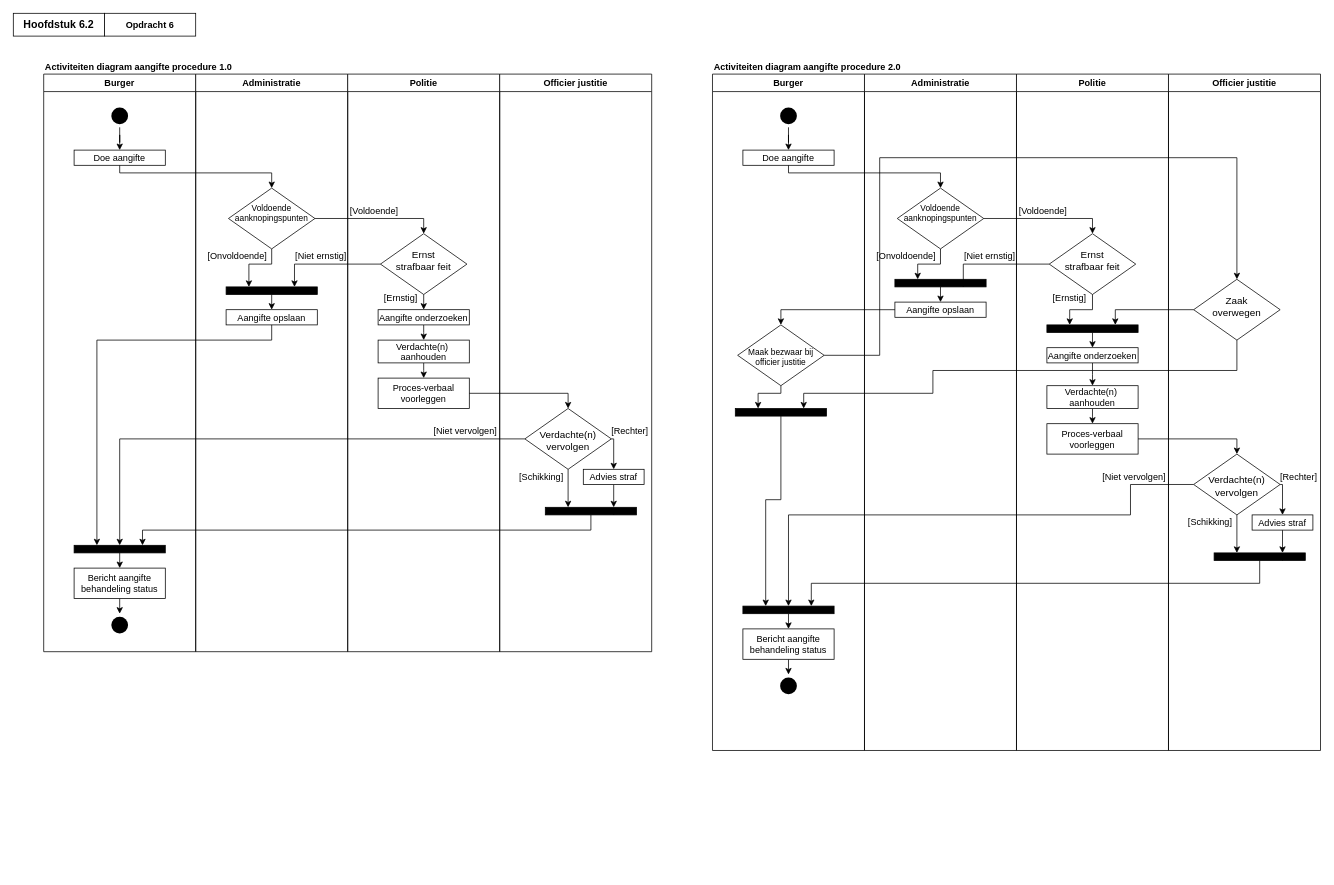
EMB20/Procesanalyse keeps this draw.io diagram as page "Opdracht6" (4 of 4) of ActivityDiagramHealthclinic.drawio. Above is the earlier version. Source tidied: cells renumbered, new cells numbered last; positions are measured from the earlier drawing's top-left corner, leaving out a move shared by most shapes. Both pictures are drawn from the tidied source at 76%, with x=0, y=0 at pixel (13, 13).
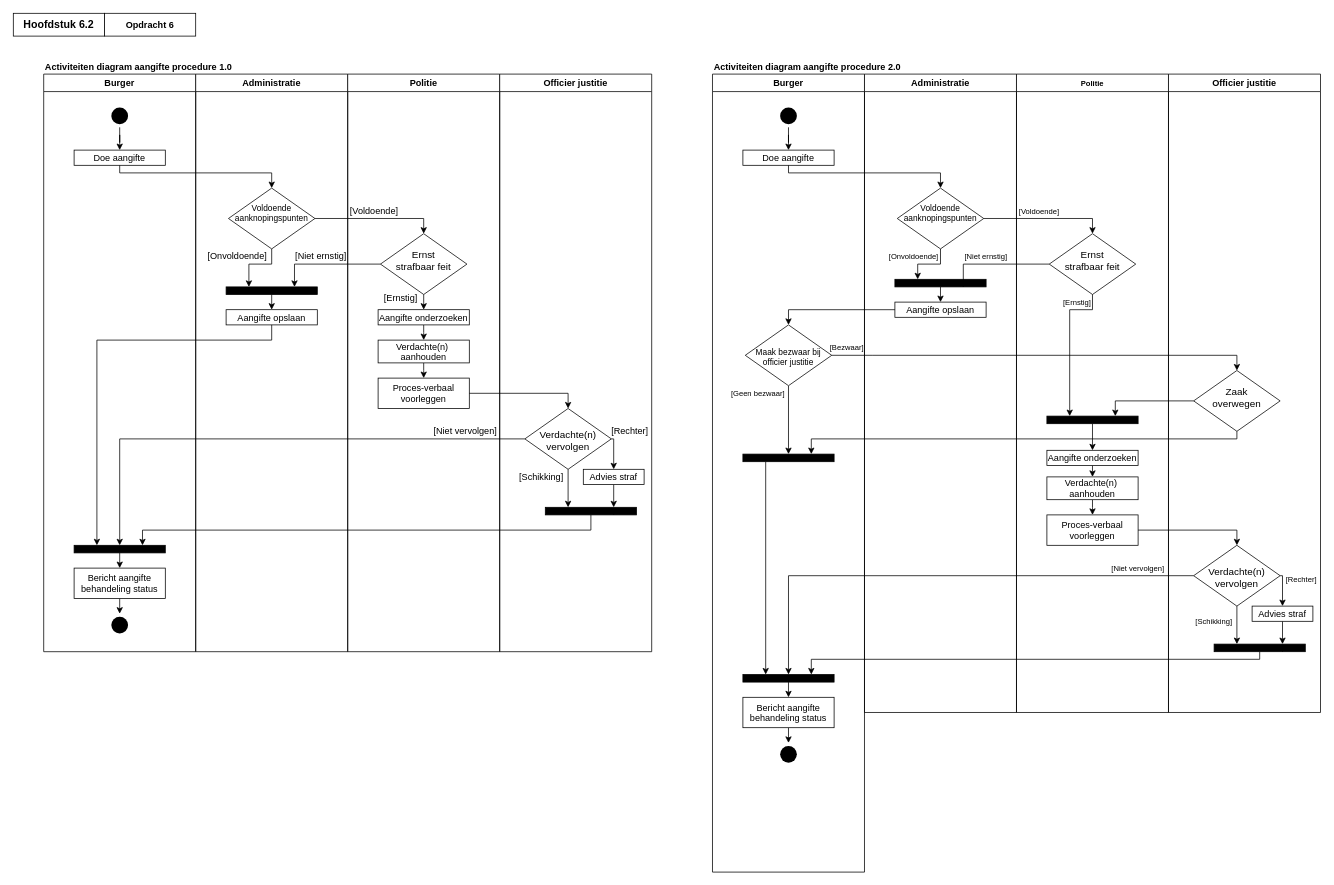
After the change.

The change refers to these unchanged cells:
```xml
<mxCell id="53" value="Doe aangifte" parent="50" vertex="1">
  <mxGeometry x="40" y="100" width="120" height="20" as="geometry" />
</mxCell>
<mxCell id="64" value="Aangifte opslaan" parent="63" vertex="1">
  <mxGeometry x="40" y="300" width="120" height="20" as="geometry" />
</mxCell>
<mxCell id="65" value="Voldoende&#10;aanknopingspunten" style="rhombus;fillColor=default;strokeColor=default;shadow=0;fontSize=11;spacingBottom=14;" parent="63" vertex="1">
  <mxGeometry x="43.1" y="150" width="113.8" height="80" as="geometry" />
</mxCell>
<mxCell id="71" value="Ernst&#10;strafbaar feit" style="rhombus;fillColor=default;strokeColor=default;shadow=0;fontSize=13;spacingBottom=10;" parent="63" vertex="1">
  <mxGeometry x="243.1" y="210" width="113.8" height="80" as="geometry" />
</mxCell>
```

Diff of the diagram source:
```diff
@@
     <mxCell id="50" value="Burger" style="swimlane;whiteSpace=wrap;html=1;" parent="1" vertex="1">
-      <mxGeometry x="920" y="80" width="200" height="890" as="geometry" />
+      <mxGeometry x="920" y="80" width="200" height="1050" as="geometry" />
     </mxCell>
@@
     <mxCell id="55" value="Bericht aangifte&#10;behandeling status" parent="50" vertex="1">
-      <mxGeometry x="40" y="730" width="120" height="40" as="geometry" />
+      <mxGeometry x="40" y="820" width="120" height="40" as="geometry" />
     </mxCell>
@@
     <mxCell id="57" style="rounded=0;whiteSpace=wrap;html=1;fillColor=#000000;" parent="50" vertex="1">
-      <mxGeometry x="40" y="700" width="120" height="10" as="geometry" />
+      <mxGeometry x="40" y="790" width="120" height="10" as="geometry" />
     </mxCell>
     <mxCell id="58" style="ellipse;shape=startState;fillColor=#000000;strokeColor=none;" parent="50" vertex="1">
-      <mxGeometry x="85" y="790" width="30" height="30" as="geometry" />
+      <mxGeometry x="85" y="880" width="30" height="30" as="geometry" />
     </mxCell>
-    <mxCell id="59" style="edgeStyle=none;rounded=0;jettySize=auto;html=1;exitX=0.5;exitY=1;exitDx=0;exitDy=0;entryX=0.25;entryY=0;entryDx=0;entryDy=0;elbow=vertical;" parent="50" edge="1" source="60" target="62">
-      <mxGeometry relative="1" as="geometry">
-        <Array as="points">
-          <mxPoint x="90" y="420" />
-          <mxPoint x="60" y="420" />
-        </Array>
-      </mxGeometry>
+    <mxCell id="59" style="edgeStyle=none;rounded=0;jettySize=auto;html=1;exitX=0.5;exitY=1;exitDx=0;exitDy=0;entryX=0.5;entryY=0;entryDx=0;entryDy=0;elbow=vertical;" parent="50" edge="1" source="60" target="62">
+      <mxGeometry relative="1" as="geometry" />
     </mxCell>
     <mxCell id="60" value="Maak bezwaar bij&#10;officier justitie" style="rhombus;fillColor=default;strokeColor=default;shadow=0;fontSize=11;spacingBottom=0;spacingTop=4;" parent="50" vertex="1">
-      <mxGeometry x="33.1" y="330" width="113.8" height="80" as="geometry" />
+      <mxGeometry x="43.1" y="330" width="113.8" height="80" as="geometry" />
     </mxCell>
-    <mxCell id="61" style="edgeStyle=none;rounded=0;jettySize=auto;html=1;entryX=0.25;entryY=0;entryDx=0;entryDy=0;elbow=vertical;" parent="50" edge="1" source="62" target="57">
-      <mxGeometry relative="1" as="geometry">
-        <Array as="points">
-          <mxPoint x="90" y="560" />
-          <mxPoint x="70" y="560" />
-        </Array>
-      </mxGeometry>
+    <mxCell id="61" style="edgeStyle=none;rounded=0;jettySize=auto;html=1;exitX=0.25;exitY=1;exitDx=0;exitDy=0;entryX=0.25;entryY=0;entryDx=0;entryDy=0;elbow=vertical;" parent="50" edge="1" source="62" target="57">
+      <mxGeometry relative="1" as="geometry" />
     </mxCell>
     <mxCell id="62" style="rounded=0;whiteSpace=wrap;html=1;fillColor=#000000;" parent="50" vertex="1">
-      <mxGeometry x="30" y="440" width="120" height="10" as="geometry" />
+      <mxGeometry x="40" y="500" width="120" height="10" as="geometry" />
     </mxCell>
+    <mxCell id="106" value="[Geen bezwaar]" style="text;html=1;align=center;verticalAlign=middle;whiteSpace=wrap;rounded=0;fontSize=10;" parent="50" vertex="1">
+      <mxGeometry x="20" y="410" width="80" height="20" as="geometry" />
+    </mxCell>
+    <mxCell id="107" value="[Bezwaar]" style="text;html=1;align=center;verticalAlign=middle;whiteSpace=wrap;rounded=0;fontSize=10;" parent="50" vertex="1">
+      <mxGeometry x="156.9" y="350" width="40" height="20" as="geometry" />
+    </mxCell>
     <mxCell id="63" value="Administratie" style="swimlane;whiteSpace=wrap;html=1;" parent="1" vertex="1">
-      <mxGeometry x="1120" y="80" width="200" height="890" as="geometry" />
+      <mxGeometry x="1120" y="80" width="200" height="840" as="geometry" />
     </mxCell>
@@
-    <mxCell id="67" value="[Onvoldoende]" style="text;html=1;align=center;verticalAlign=middle;whiteSpace=wrap;rounded=0;" parent="63" vertex="1">
-      <mxGeometry x="10" y="230" width="90" height="20" as="geometry" />
+    <mxCell id="67" value="[Onvoldoende]" style="text;html=1;align=center;verticalAlign=middle;whiteSpace=wrap;rounded=0;fontSize=10;" parent="63" vertex="1">
+      <mxGeometry x="30" y="230" width="70" height="20" as="geometry" />
     </mxCell>
@@
-    <mxCell id="70" value="[Niet ernstig]" style="text;html=1;align=center;verticalAlign=middle;whiteSpace=wrap;rounded=0;" parent="63" vertex="1">
-      <mxGeometry x="130" y="230" width="70" height="20" as="geometry" />
-    </mxCell>
@@
-    <mxCell id="72" value="[Voldoende]" style="text;html=1;align=center;verticalAlign=middle;whiteSpace=wrap;rounded=0;" parent="63" vertex="1">
-      <mxGeometry x="200" y="170" width="70" height="20" as="geometry" />
-    </mxCell>
@@
+    <mxCell id="70" value="[Niet ernstig]" style="text;html=1;align=center;verticalAlign=middle;whiteSpace=wrap;rounded=0;fontSize=10;" parent="63" vertex="1">
+      <mxGeometry x="130" y="230" width="60" height="20" as="geometry" />
+    </mxCell>
-    <mxCell id="75" value="Politie" style="swimlane;whiteSpace=wrap;html=1;startSize=23;" parent="1" vertex="1">
-      <mxGeometry x="1320" y="80" width="200" height="890" as="geometry" />
+    <mxCell id="75" value="Politie" style="swimlane;whiteSpace=wrap;html=1;startSize=23;fontSize=10;" parent="1" vertex="1">
+      <mxGeometry x="1320" y="80" width="200" height="840" as="geometry" />
     </mxCell>
+    <mxCell id="78" value="[Ernstig]" style="text;html=1;align=center;verticalAlign=middle;whiteSpace=wrap;rounded=0;fontSize=10;" parent="75" vertex="1">
+      <mxGeometry x="60" y="290" width="40" height="20" as="geometry" />
+    </mxCell>
@@
     <mxCell id="77" value="Aangifte onderzoeken" parent="75" vertex="1">
-      <mxGeometry x="40" y="360" width="120" height="20" as="geometry" />
+      <mxGeometry x="40" y="495" width="120" height="20" as="geometry" />
     </mxCell>
-    <mxCell id="78" value="[Ernstig]" style="text;html=1;align=center;verticalAlign=middle;whiteSpace=wrap;rounded=0;" parent="75" vertex="1">
-      <mxGeometry x="40" y="290" width="60" height="10" as="geometry" />
-    </mxCell>
     <mxCell id="79" value="Proces-verbaal&#10;voorleggen" parent="75" vertex="1">
-      <mxGeometry x="40" y="460" width="120" height="40" as="geometry" />
+      <mxGeometry x="40" y="580" width="120" height="40" as="geometry" />
     </mxCell>
@@
     <mxCell id="81" value="Verdachte(n) &#10;aanhouden" parent="75" vertex="1">
-      <mxGeometry x="40" y="410" width="120" height="30" as="geometry" />
+      <mxGeometry x="40" y="530" width="120" height="30" as="geometry" />
     </mxCell>
@@
     <mxCell id="83" style="rounded=0;whiteSpace=wrap;html=1;fillColor=#000000;" parent="75" vertex="1">
-      <mxGeometry x="40" y="330" width="120" height="10" as="geometry" />
+      <mxGeometry x="40" y="450" width="120" height="10" as="geometry" />
     </mxCell>
-    <mxCell id="84" value="&lt;font style=&quot;font-size: 12px;&quot;&gt;Activiteiten diagram aangifte procedure 2.0&lt;/font&gt;" style="text;html=1;align=left;verticalAlign=middle;whiteSpace=wrap;rounded=0;fontStyle=1;fontSize=14;" parent="1" vertex="1">
-      <mxGeometry x="920" y="60" width="300" height="20" as="geometry" />
-    </mxCell>
-    <mxCell id="85" style="edgeStyle=orthogonalEdgeStyle;rounded=0;jettySize=auto;html=1;entryX=0.5;entryY=0;entryDx=0;entryDy=0;" parent="1" edge="1" source="53" target="65">
-      <mxGeometry relative="1" as="geometry">
-        <Array as="points">
-          <mxPoint x="1020" y="210" />
-          <mxPoint x="1220" y="210" />
-        </Array>
-      </mxGeometry>
-    </mxCell>
-    <mxCell id="86" value="Officier justitie" style="swimlane;whiteSpace=wrap;html=1;startSize=23;" parent="1" vertex="1">
-      <mxGeometry x="1520" y="80" width="200" height="890" as="geometry" />
-    </mxCell>
-    <mxCell id="87" value="Zaak&#10;overwegen" style="rhombus;fillColor=default;strokeColor=default;shadow=0;fontSize=13;spacingBottom=10;" parent="86" vertex="1">
-      <mxGeometry x="33.1" y="270" width="113.8" height="80" as="geometry" />
-    </mxCell>
-    <mxCell id="88" value="[Niet&amp;nbsp;&lt;span style=&quot;background-color: initial;&quot;&gt;vervolgen]&lt;/span&gt;" style="text;html=1;align=center;verticalAlign=middle;whiteSpace=wrap;rounded=0;" parent="86" vertex="1">
-      <mxGeometry x="-90" y="520" width="90" height="20" as="geometry" />
+    <mxCell id="88" value="[Niet&amp;nbsp;&lt;span style=&quot;background-color: initial; font-size: 10px;&quot;&gt;vervolgen]&lt;/span&gt;" style="text;html=1;align=center;verticalAlign=middle;whiteSpace=wrap;rounded=0;fontSize=10;" parent="75" vertex="1">
+      <mxGeometry x="120" y="640" width="80" height="20" as="geometry" />
     </mxCell>
-    <mxCell id="89" style="edgeStyle=none;rounded=0;jettySize=auto;html=1;exitX=1;exitY=0.5;exitDx=0;exitDy=0;entryX=0.5;entryY=0;entryDx=0;entryDy=0;elbow=vertical;" parent="86" edge="1" source="90" target="95">
+    <mxCell id="89" style="edgeStyle=none;rounded=0;jettySize=auto;html=1;exitX=1;exitY=0.5;exitDx=0;exitDy=0;entryX=0.5;entryY=0;entryDx=0;entryDy=0;elbow=vertical;" parent="75" edge="1" source="90" target="95">
       <mxGeometry relative="1" as="geometry">
         <Array as="points">
-          <mxPoint x="150" y="540" />
+          <mxPoint x="350" y="660" />
         </Array>
       </mxGeometry>
     </mxCell>
-    <mxCell id="90" value="Verdachte(n)&#10;vervolgen" style="rhombus;fillColor=default;strokeColor=default;shadow=0;fontSize=13;spacingBottom=0;spacingTop=3;" parent="86" vertex="1">
-      <mxGeometry x="33.1" y="500" width="113.8" height="80" as="geometry" />
+    <mxCell id="90" value="Verdachte(n)&#10;vervolgen" style="rhombus;fillColor=default;strokeColor=default;shadow=0;fontSize=13;spacingBottom=0;spacingTop=3;" parent="75" vertex="1">
+      <mxGeometry x="233.1" y="620" width="113.8" height="80" as="geometry" />
     </mxCell>
-    <mxCell id="91" value="[Schikking&lt;span style=&quot;background-color: initial;&quot;&gt;]&lt;/span&gt;" style="text;html=1;align=center;verticalAlign=middle;whiteSpace=wrap;rounded=0;" parent="86" vertex="1">
-      <mxGeometry x="20" y="580" width="70" height="20" as="geometry" />
-    </mxCell>
-    <mxCell id="92" value="[Rechter&lt;span style=&quot;background-color: initial;&quot;&gt;]&lt;/span&gt;" style="text;html=1;align=center;verticalAlign=middle;whiteSpace=wrap;rounded=0;" parent="86" vertex="1">
-      <mxGeometry x="143" y="520" width="57" height="20" as="geometry" />
-    </mxCell>
-    <mxCell id="93" style="edgeStyle=none;rounded=0;jettySize=auto;html=1;exitX=0.5;exitY=1;exitDx=0;exitDy=0;elbow=vertical;entryX=0.25;entryY=0;entryDx=0;entryDy=0;" parent="86" edge="1" source="90" target="96">
+    <mxCell id="93" style="edgeStyle=none;rounded=0;jettySize=auto;html=1;exitX=0.5;exitY=1;exitDx=0;exitDy=0;elbow=vertical;entryX=0.25;entryY=0;entryDx=0;entryDy=0;" parent="75" edge="1" source="90" target="96">
       <mxGeometry relative="1" as="geometry" />
     </mxCell>
-    <mxCell id="94" style="edgeStyle=none;rounded=0;jettySize=auto;html=1;entryX=0.75;entryY=0;entryDx=0;entryDy=0;elbow=vertical;" parent="86" edge="1" source="95" target="96">
+    <mxCell id="94" style="edgeStyle=none;rounded=0;jettySize=auto;html=1;entryX=0.75;entryY=0;entryDx=0;entryDy=0;elbow=vertical;" parent="75" edge="1" source="95" target="96">
       <mxGeometry relative="1" as="geometry" />
     </mxCell>
-    <mxCell id="95" value="Advies straf" parent="86" vertex="1">
-      <mxGeometry x="110" y="580" width="80" height="20" as="geometry" />
+    <mxCell id="95" value="Advies straf" parent="75" vertex="1">
+      <mxGeometry x="310" y="700" width="80" height="20" as="geometry" />
     </mxCell>
-    <mxCell id="96" style="rounded=0;whiteSpace=wrap;html=1;fillColor=#000000;" parent="86" vertex="1">
-      <mxGeometry x="60" y="630" width="120" height="10" as="geometry" />
+    <mxCell id="96" style="rounded=0;whiteSpace=wrap;html=1;fillColor=#000000;" parent="75" vertex="1">
+      <mxGeometry x="260" y="750" width="120" height="10" as="geometry" />
     </mxCell>
-    <mxCell id="97" style="edgeStyle=none;rounded=0;orthogonalLoop=1;jettySize=auto;html=1;exitX=0.75;exitY=1;exitDx=0;exitDy=0;entryX=0.75;entryY=0;entryDx=0;entryDy=0;elbow=vertical;" parent="86" edge="1" source="96" target="96">
+    <mxCell id="97" style="edgeStyle=none;rounded=0;orthogonalLoop=1;jettySize=auto;html=1;exitX=0.75;exitY=1;exitDx=0;exitDy=0;entryX=0.75;entryY=0;entryDx=0;entryDy=0;elbow=vertical;" parent="75" edge="1" source="96" target="96">
       <mxGeometry relative="1" as="geometry" />
     </mxCell>
-    <mxCell id="98" style="edgeStyle=elbowEdgeStyle;rounded=0;jettySize=auto;elbow=vertical;html=1;entryX=0.5;entryY=0;entryDx=0;entryDy=0;" parent="86" edge="1" target="90">
+    <mxCell id="98" style="edgeStyle=elbowEdgeStyle;rounded=0;jettySize=auto;elbow=vertical;html=1;entryX=0.5;entryY=0;entryDx=0;entryDy=0;" parent="75" edge="1" target="90">
       <mxGeometry relative="1" as="geometry">
-        <mxPoint x="-40" y="480" as="sourcePoint" />
+        <mxPoint x="160" y="600" as="sourcePoint" />
         <Array as="points">
-          <mxPoint y="480" />
+          <mxPoint x="200" y="600" />
         </Array>
       </mxGeometry>
     </mxCell>
-    <mxCell id="99" style="edgeStyle=none;rounded=0;jettySize=auto;html=1;exitX=0;exitY=0.5;exitDx=0;exitDy=0;entryX=0.5;entryY=0;entryDx=0;entryDy=0;elbow=vertical;" parent="1" edge="1" source="90" target="57">
-      <mxGeometry relative="1" as="geometry">
-        <Array as="points">
-          <mxPoint x="1470" y="620" />
-          <mxPoint x="1470" y="660" />
-          <mxPoint x="1020" y="660" />
-        </Array>
-      </mxGeometry>
-    </mxCell>
+    <mxCell id="72" value="[Voldoende]" style="text;html=1;align=center;verticalAlign=middle;whiteSpace=wrap;rounded=0;fontSize=10;" parent="75" vertex="1">
+      <mxGeometry y="170" width="60" height="20" as="geometry" />
+    </mxCell>
+    <mxCell id="84" value="&lt;font style=&quot;font-size: 12px;&quot;&gt;Activiteiten diagram aangifte procedure 2.0&lt;/font&gt;" style="text;html=1;align=left;verticalAlign=middle;whiteSpace=wrap;rounded=0;fontStyle=1;fontSize=14;" parent="1" vertex="1">
+      <mxGeometry x="920" y="60" width="300" height="20" as="geometry" />
+    </mxCell>
+    <mxCell id="85" style="edgeStyle=orthogonalEdgeStyle;rounded=0;jettySize=auto;html=1;entryX=0.5;entryY=0;entryDx=0;entryDy=0;" parent="1" edge="1" source="53" target="65">
+      <mxGeometry relative="1" as="geometry">
+        <Array as="points">
+          <mxPoint x="1020" y="210" />
+          <mxPoint x="1220" y="210" />
+        </Array>
+      </mxGeometry>
+    </mxCell>
+    <mxCell id="86" value="Officier justitie" style="swimlane;whiteSpace=wrap;html=1;startSize=23;" parent="1" vertex="1">
+      <mxGeometry x="1520" y="80" width="200" height="840" as="geometry" />
+    </mxCell>
+    <mxCell id="87" value="Zaak&#10;overwegen" style="rhombus;fillColor=default;strokeColor=default;shadow=0;fontSize=13;spacingBottom=10;" parent="86" vertex="1">
+      <mxGeometry x="33.1" y="390" width="113.8" height="80" as="geometry" />
+    </mxCell>
+    <mxCell id="91" value="[Schikking&lt;span style=&quot;background-color: initial; font-size: 10px;&quot;&gt;]&lt;/span&gt;" style="text;html=1;align=center;verticalAlign=middle;whiteSpace=wrap;rounded=0;fontSize=10;" parent="86" vertex="1">
+      <mxGeometry x="30" y="710" width="60" height="20" as="geometry" />
+    </mxCell>
+    <mxCell id="92" value="[Rechter&lt;span style=&quot;background-color: initial; font-size: 10px;&quot;&gt;]&lt;/span&gt;" style="text;html=1;align=center;verticalAlign=middle;whiteSpace=wrap;rounded=0;fontSize=10;" parent="86" vertex="1">
+      <mxGeometry x="150" y="660" width="50" height="10" as="geometry" />
+    </mxCell>
     <mxCell id="100" style="edgeStyle=none;rounded=0;jettySize=auto;html=1;exitX=0.5;exitY=1;exitDx=0;exitDy=0;entryX=0.75;entryY=0;entryDx=0;entryDy=0;elbow=vertical;" parent="1" edge="1" source="96" target="57">
       <mxGeometry relative="1" as="geometry">
         <Array as="points">
-          <mxPoint x="1640" y="750" />
-          <mxPoint x="1050" y="750" />
+          <mxPoint x="1640" y="850" />
+          <mxPoint x="1050" y="850" />
         </Array>
       </mxGeometry>
     </mxCell>
-    <mxCell id="101" style="edgeStyle=none;rounded=0;jettySize=auto;html=1;exitX=0;exitY=0.5;exitDx=0;exitDy=0;entryX=0.75;entryY=0;entryDx=0;entryDy=0;elbow=vertical;" parent="1" edge="1" source="87" target="83">
-      <mxGeometry relative="1" as="geometry">
-        <Array as="points">
-          <mxPoint x="1450" y="390" />
-        </Array>
-      </mxGeometry>
-    </mxCell>
-    <mxCell id="102" style="edgeStyle=none;rounded=0;jettySize=auto;html=1;exitX=0.5;exitY=1;exitDx=0;exitDy=0;entryX=0.25;entryY=0;entryDx=0;entryDy=0;elbow=vertical;" parent="1" edge="1" source="71" target="83">
-      <mxGeometry relative="1" as="geometry">
-        <Array as="points">
-          <mxPoint x="1420" y="390" />
-          <mxPoint x="1390" y="390" />
-        </Array>
-      </mxGeometry>
-    </mxCell>
     <mxCell id="103" style="edgeStyle=none;rounded=0;jettySize=auto;html=1;exitX=1;exitY=0.5;exitDx=0;exitDy=0;entryX=0.5;entryY=0;entryDx=0;entryDy=0;elbow=vertical;" parent="1" edge="1" source="60" target="87">
       <mxGeometry relative="1" as="geometry">
         <Array as="points">
-          <mxPoint x="1140" y="450" />
-          <mxPoint x="1140" y="190" />
-          <mxPoint x="1610" y="190" />
+          <mxPoint x="1130" y="450" />
+          <mxPoint x="1610" y="450" />
         </Array>
       </mxGeometry>
     </mxCell>
     <mxCell id="104" style="edgeStyle=none;rounded=0;jettySize=auto;html=1;exitX=0;exitY=0.5;exitDx=0;exitDy=0;entryX=0.5;entryY=0;entryDx=0;entryDy=0;elbow=vertical;" parent="1" edge="1" source="64" target="60">
       <mxGeometry relative="1" as="geometry">
         <Array as="points">
-          <mxPoint x="1010" y="390" />
+          <mxPoint x="1020" y="390" />
         </Array>
       </mxGeometry>
     </mxCell>
-    <mxCell id="105" style="edgeStyle=none;rounded=0;jettySize=auto;html=1;exitX=0.5;exitY=1;exitDx=0;exitDy=0;elbow=vertical;entryX=0.75;entryY=0;entryDx=0;entryDy=0;" parent="1" edge="1" source="87" target="62">
+    <mxCell id="105" style="edgeStyle=none;rounded=0;jettySize=auto;html=1;exitX=0.5;exitY=1;exitDx=0;exitDy=0;entryX=0.75;entryY=0;entryDx=0;entryDy=0;elbow=vertical;" parent="1" edge="1" source="87" target="62">
       <mxGeometry relative="1" as="geometry">
         <Array as="points">
-          <mxPoint x="1610" y="470" />
-          <mxPoint x="1210" y="470" />
-          <mxPoint x="1210" y="500" />
-          <mxPoint x="1040" y="500" />
+          <mxPoint x="1610" y="560" />
+          <mxPoint x="1050" y="560" />
         </Array>
       </mxGeometry>
     </mxCell>
+    <mxCell id="99" style="edgeStyle=none;rounded=0;jettySize=auto;html=1;exitX=0;exitY=0.5;exitDx=0;exitDy=0;entryX=0.5;entryY=0;entryDx=0;entryDy=0;elbow=vertical;" parent="1" edge="1" source="90" target="57">
+      <mxGeometry relative="1" as="geometry">
+        <Array as="points">
+          <mxPoint x="1020" y="740" />
+        </Array>
+      </mxGeometry>
+    </mxCell>
+    <mxCell id="101" style="edgeStyle=none;rounded=0;jettySize=auto;html=1;exitX=0;exitY=0.5;exitDx=0;exitDy=0;entryX=0.75;entryY=0;entryDx=0;entryDy=0;elbow=vertical;" parent="1" edge="1" source="87" target="83">
+      <mxGeometry relative="1" as="geometry">
+        <Array as="points">
+          <mxPoint x="1450" y="510" />
+        </Array>
+      </mxGeometry>
+    </mxCell>
+    <mxCell id="102" style="edgeStyle=none;rounded=0;jettySize=auto;html=1;entryX=0.25;entryY=0;entryDx=0;entryDy=0;elbow=vertical;" parent="1" edge="1" source="71" target="83">
+      <mxGeometry relative="1" as="geometry">
+        <Array as="points">
+          <mxPoint x="1420" y="390" />
+          <mxPoint x="1390" y="390" />
+        </Array>
+      </mxGeometry>
+    </mxCell>
```
